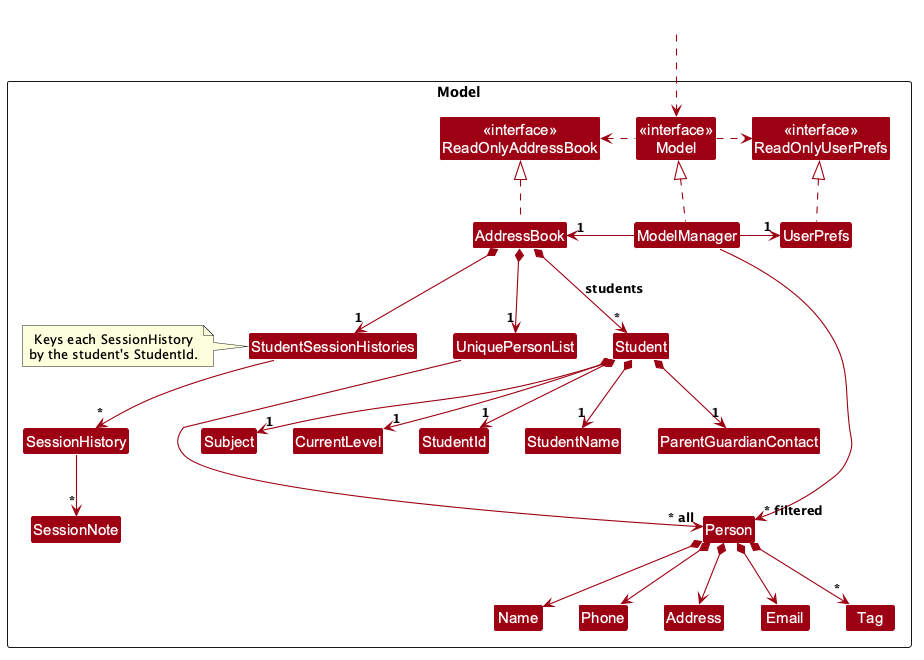
The PlantUML diagram docs/images/ModelClassDiagram.png in AY2627S1-CS2103T-F09-1/tp, before a commit.
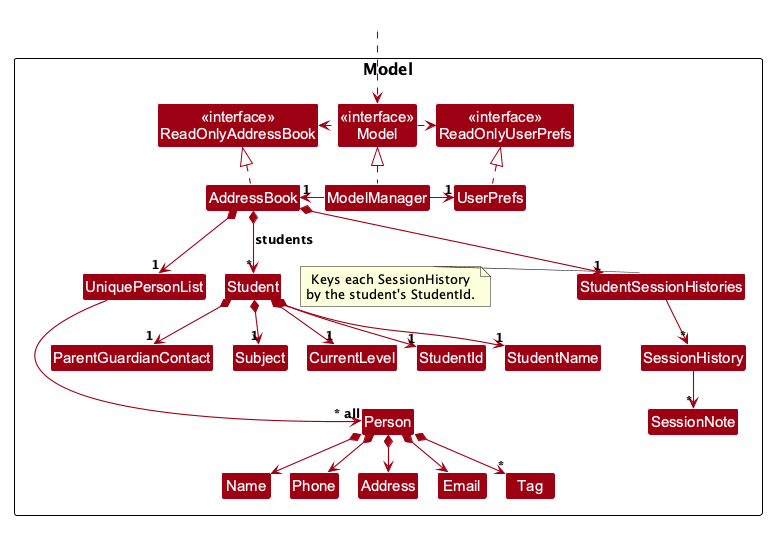
Later version of the same file.

What changed in the source:
```diff
@@ -1,4 +1,5 @@
 @startuml
+!pragma layout smetana
 !include style.puml
 skinparam arrowThickness 1.1
 skinparam arrowColor MODEL_COLOR
@@ -73,5 +74,4 @@
 Phone -[hidden]right-> Address
 Address -[hidden]right-> Email
 
-ModelManager --> "~* filtered" Person
 @enduml
```
